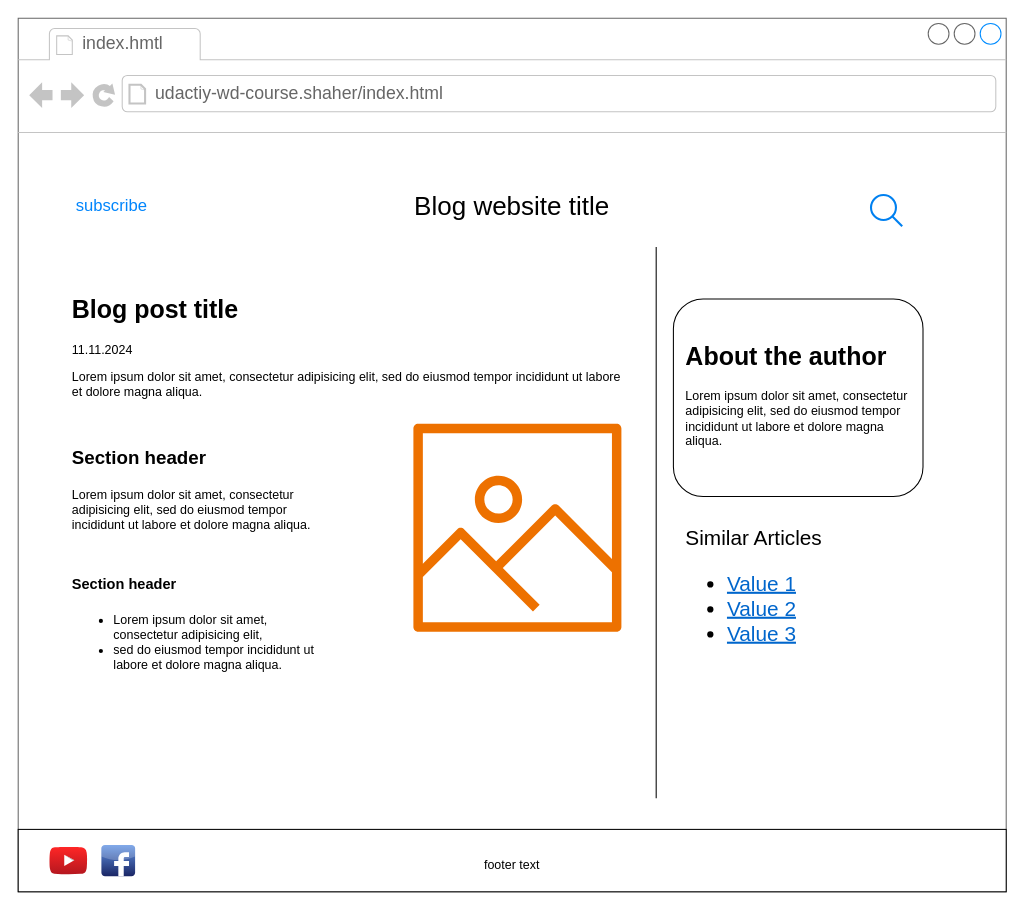
The draw.io diagram mockups/blog-post.drawio in Shaher909/udacity-wd-course-1, before the edit. Source tidied: cells renumbered, new cells numbered last; positions are measured from the earlier drawing's top-left corner, leaving out a move shared by most shapes. Both pictures are drawn from the tidied source at 104%, with x=0, y=0 at pixel (18, 18).
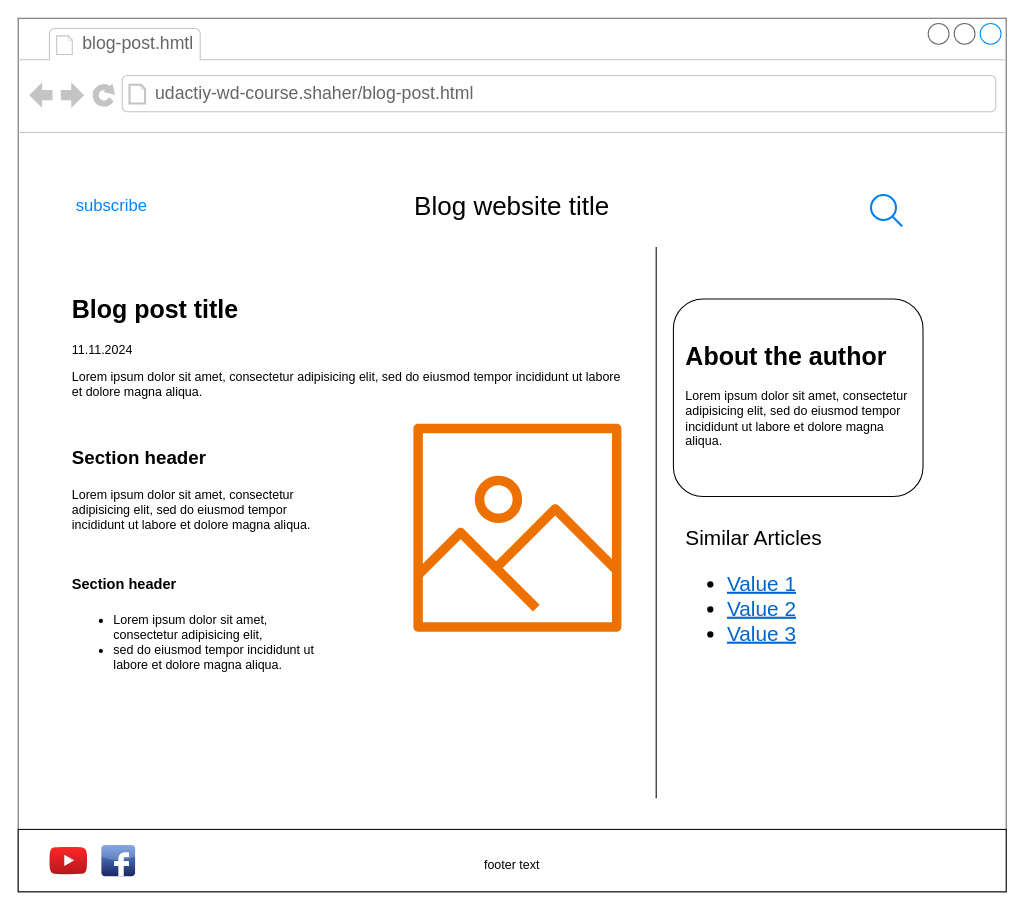
The same page after the edit.

What changed in the source:
```diff
@@
 <mxGraphModel>
   <root>
     <mxCell id="0" />
     <mxCell id="1" parent="0" />
     <mxCell id="2" style="strokeWidth=1;shadow=0;dashed=0;align=center;html=1;shape=mxgraph.mockup.containers.browserWindow;rSize=0;strokeColor=#666666;strokeColor2=#008cff;strokeColor3=#c4c4c4;mainText=,;" parent="1" vertex="1">
       <mxGeometry width="950" height="840" as="geometry" />
     </mxCell>
-    <mxCell id="3" value="index.hmtl" style="strokeWidth=1;shadow=0;dashed=0;align=center;html=1;shape=mxgraph.mockup.containers.anchor;fontSize=17;fontColor=#666666;align=left;whiteSpace=wrap;" parent="2" vertex="1">
+    <mxCell id="3" value="blog-post&lt;span style=&quot;background-color: initial;&quot;&gt;.hmtl&lt;/span&gt;" style="strokeWidth=1;shadow=0;dashed=0;align=center;html=1;shape=mxgraph.mockup.containers.anchor;fontSize=17;fontColor=#666666;align=left;whiteSpace=wrap;" parent="2" vertex="1">
       <mxGeometry x="60" y="12" width="110" height="26" as="geometry" />
     </mxCell>
-    <mxCell id="4" value="udactiy-wd-course.shaher/index.html" style="strokeWidth=1;shadow=0;dashed=0;align=center;html=1;shape=mxgraph.mockup.containers.anchor;rSize=0;fontSize=17;fontColor=#666666;align=left;" parent="2" vertex="1">
+    <mxCell id="4" value="udactiy-wd-course.shaher/blog-post.html" style="strokeWidth=1;shadow=0;dashed=0;align=center;html=1;shape=mxgraph.mockup.containers.anchor;rSize=0;fontSize=17;fontColor=#666666;align=left;" parent="2" vertex="1">
       <mxGeometry x="130" y="60" width="250" height="26" as="geometry" />
     </mxCell>
     <mxCell id="5" value="subscribe" style="html=1;shadow=0;dashed=0;shape=mxgraph.bootstrap.rrect;rSize=5;strokeColor=none;strokeWidth=1;fillColor=none;fontColor=#0085FC;whiteSpace=wrap;align=center;verticalAlign=middle;spacingLeft=0;fontStyle=0;fontSize=16;spacing=5;" parent="2" vertex="1">
       <mxGeometry x="60" y="160" width="60" height="40" as="geometry" />
     </mxCell>
     <mxCell id="6" value="&lt;font style=&quot;font-size: 25px;&quot;&gt;Blog website title&lt;/font&gt;" style="text;html=1;align=center;verticalAlign=middle;whiteSpace=wrap;rounded=0;strokeWidth=5;" parent="2" vertex="1">
       <mxGeometry x="345" y="160" width="260" height="40" as="geometry" />
     </mxCell>
     <mxCell id="7" style="html=1;verticalLabelPosition=bottom;align=center;labelBackgroundColor=#ffffff;verticalAlign=top;strokeWidth=2;strokeColor=#0080F0;shadow=0;dashed=0;shape=mxgraph.ios7.icons.looking_glass;" parent="2" vertex="1">
       <mxGeometry x="820" y="170" width="30" height="30" as="geometry" />
     </mxCell>
     <mxCell id="8" style="rounded=1;whiteSpace=wrap;html=1;" parent="2" vertex="1">
       <mxGeometry x="630" y="270" width="240" height="190" as="geometry" />
     </mxCell>
     <mxCell id="9" style="rounded=0;whiteSpace=wrap;html=1;" parent="2" vertex="1">
       <mxGeometry y="780" width="950" height="60" as="geometry" />
     </mxCell>
     <mxCell id="10" style="dashed=0;html=1;align=center;labelPosition=center;verticalLabelPosition=bottom;verticalAlign=top;shape=mxgraph.weblogos.youtube_2;fillColor=#FF2626;gradientColor=#B5171F;" parent="2" vertex="1">
       <mxGeometry x="30" y="796.7" width="36.4" height="26.6" as="geometry" />
     </mxCell>
     <mxCell id="11" style="dashed=0;html=1;align=center;labelPosition=center;verticalLabelPosition=bottom;verticalAlign=top;shape=mxgraph.webicons.facebook;fillColor=#6294E4;gradientColor=#1A2665;" parent="2" vertex="1">
       <mxGeometry x="80" y="795" width="32.4" height="30" as="geometry" />
     </mxCell>
     <mxCell id="12" value="footer text" style="text;html=1;align=center;verticalAlign=middle;whiteSpace=wrap;rounded=0;" parent="2" vertex="1">
       <mxGeometry x="445" y="800" width="60" height="30" as="geometry" />
     </mxCell>
     <mxCell id="13" value="&lt;h1 style=&quot;margin-top: 0px;&quot;&gt;About the author&lt;/h1&gt;&lt;p&gt;Lorem ipsum dolor sit amet, consectetur adipisicing elit, sed do eiusmod tempor incididunt ut labore et dolore magna aliqua.&lt;/p&gt;" style="text;html=1;whiteSpace=wrap;overflow=hidden;rounded=0;" parent="2" vertex="1">
       <mxGeometry x="640" y="305" width="230" height="120" as="geometry" />
     </mxCell>
     <mxCell id="14" value="&lt;div style=&quot;font-size: 20px;&quot;&gt;&lt;font style=&quot;font-size: 20px;&quot;&gt;Similar Articles&lt;/font&gt;&lt;/div&gt;&lt;ul style=&quot;font-size: 20px;&quot;&gt;&lt;li style=&quot;&quot;&gt;&lt;font style=&quot;font-size: 20px;&quot; color=&quot;#0066cc&quot;&gt;&lt;u&gt;Value 1&lt;/u&gt;&lt;/font&gt;&lt;/li&gt;&lt;li style=&quot;&quot;&gt;&lt;font style=&quot;font-size: 20px;&quot; color=&quot;#0066cc&quot;&gt;&lt;u&gt;Value 2&lt;/u&gt;&lt;/font&gt;&lt;/li&gt;&lt;li style=&quot;&quot;&gt;&lt;font style=&quot;font-size: 20px;&quot; color=&quot;#0066cc&quot;&gt;&lt;u style=&quot;&quot;&gt;Value 3&lt;/u&gt;&lt;/font&gt;&lt;/li&gt;&lt;/ul&gt;" style="text;strokeColor=none;fillColor=none;html=1;whiteSpace=wrap;verticalAlign=middle;overflow=hidden;" parent="2" vertex="1">
       <mxGeometry x="640" y="480" width="175" height="150" as="geometry" />
     </mxCell>
     <mxCell id="15" style="line;strokeWidth=1;direction=south;html=1;" parent="2" vertex="1">
       <mxGeometry x="596.9" y="220" width="33.1" height="530" as="geometry" />
     </mxCell>
     <mxCell id="16" value="&lt;h1 style=&quot;margin-top: 0px;&quot;&gt;Blog post title&lt;/h1&gt;&lt;div&gt;11.11.2024&lt;/div&gt;&lt;p&gt;Lorem ipsum dolor sit amet, consectetur adipisicing elit, sed do eiusmod tempor incididunt ut labore et dolore magna aliqua.&lt;/p&gt;" style="text;html=1;whiteSpace=wrap;overflow=hidden;rounded=0;" parent="2" vertex="1">
       <mxGeometry x="50" y="260" width="530" height="120" as="geometry" />
     </mxCell>
     <mxCell id="17" value="&lt;h1 style=&quot;margin-top: 0px;&quot;&gt;&lt;font style=&quot;font-size: 18px;&quot;&gt;Section header&lt;/font&gt;&lt;/h1&gt;&lt;p&gt;Lorem ipsum dolor sit amet, consectetur adipisicing elit, sed do eiusmod tempor incididunt ut labore et dolore magna aliqua.&lt;/p&gt;" style="text;html=1;whiteSpace=wrap;overflow=hidden;rounded=0;" parent="2" vertex="1">
       <mxGeometry x="50" y="400" width="250" height="120" as="geometry" />
     </mxCell>
     <mxCell id="18" style="sketch=0;fontColor=#232F3E;gradientColor=none;fillColor=#ED7100;strokeColor=none;dashed=0;verticalLabelPosition=bottom;verticalAlign=top;align=center;html=1;fontSize=12;fontStyle=0;shape=mxgraph.aws4.container_registry_image;" parent="2" vertex="1">
       <mxGeometry x="380" y="390" width="200" height="200" as="geometry" />
     </mxCell>
     <mxCell id="19" value="&lt;h1 style=&quot;margin-top: 0px;&quot;&gt;&lt;font style=&quot;font-size: 14px;&quot;&gt;Section header&lt;/font&gt;&lt;/h1&gt;&lt;p&gt;&lt;/p&gt;&lt;ul&gt;&lt;li&gt;Lorem ipsum dolor sit amet, consectetur adipisicing elit,&amp;nbsp;&lt;/li&gt;&lt;li&gt;sed do eiusmod tempor incididunt ut labore et dolore magna aliqua.&lt;/li&gt;&lt;/ul&gt;&lt;p&gt;&lt;/p&gt;" style="text;html=1;whiteSpace=wrap;overflow=hidden;rounded=0;" parent="2" vertex="1">
       <mxGeometry x="50" y="520" width="250" height="120" as="geometry" />
     </mxCell>
   </root>
 </mxGraphModel>
```
